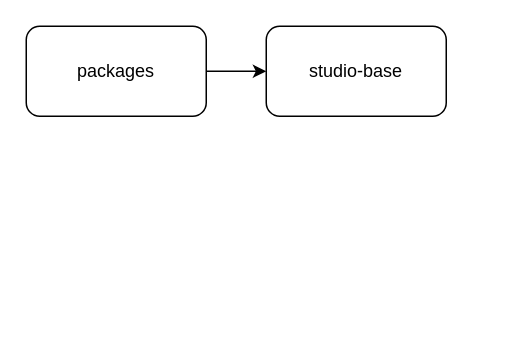
The draw.io diagram FoxgloveSearch.drawio in YueChuCheng/Wayside_draw, before the edit. Source tidied: cells renumbered, new cells numbered last; positions are measured from the earlier drawing's top-left corner, leaving out a move shared by most shapes. Both pictures are drawn from the tidied source at 150%, with x=0, y=0 at pixel (26, 26).
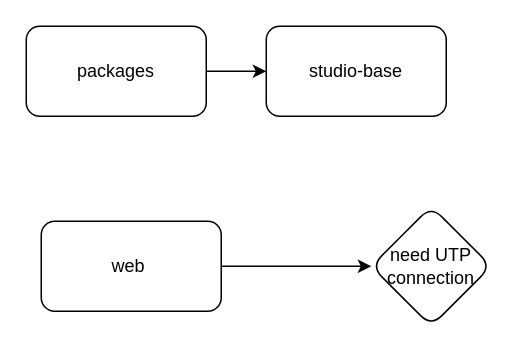
The same diagram, later.

Change to the diagram source:
```diff
@@
 <mxGraphModel>
   <root>
     <mxCell id="0" />
     <mxCell id="1" parent="0" />
     <mxCell id="2" value="studio-base" style="rounded=1;whiteSpace=wrap;html=1;" parent="1" vertex="1">
       <mxGeometry x="160" width="120" height="60" as="geometry" />
     </mxCell>
     <mxCell id="3" style="edgeStyle=orthogonalEdgeStyle;rounded=0;jettySize=auto;html=1;" parent="1" edge="1" source="4" target="2">
       <mxGeometry relative="1" as="geometry" />
     </mxCell>
     <mxCell id="4" value="packages" style="rounded=1;whiteSpace=wrap;html=1;" parent="1" vertex="1">
       <mxGeometry width="120" height="60" as="geometry" />
     </mxCell>
+    <mxCell id="5" style="edgeStyle=orthogonalEdgeStyle;rounded=0;jettySize=auto;html=1;" parent="1" edge="1" source="6" target="7">
+      <mxGeometry relative="1" as="geometry" />
+    </mxCell>
+    <mxCell id="6" value="web&amp;nbsp;" style="rounded=1;whiteSpace=wrap;html=1;" parent="1" vertex="1">
+      <mxGeometry x="10" y="130" width="120" height="60" as="geometry" />
+    </mxCell>
+    <mxCell id="7" value="need UTP connection" style="rhombus;whiteSpace=wrap;html=1;rounded=1;" parent="1" vertex="1">
+      <mxGeometry x="230" y="120" width="80" height="80" as="geometry" />
+    </mxCell>
   </root>
 </mxGraphModel>
```
